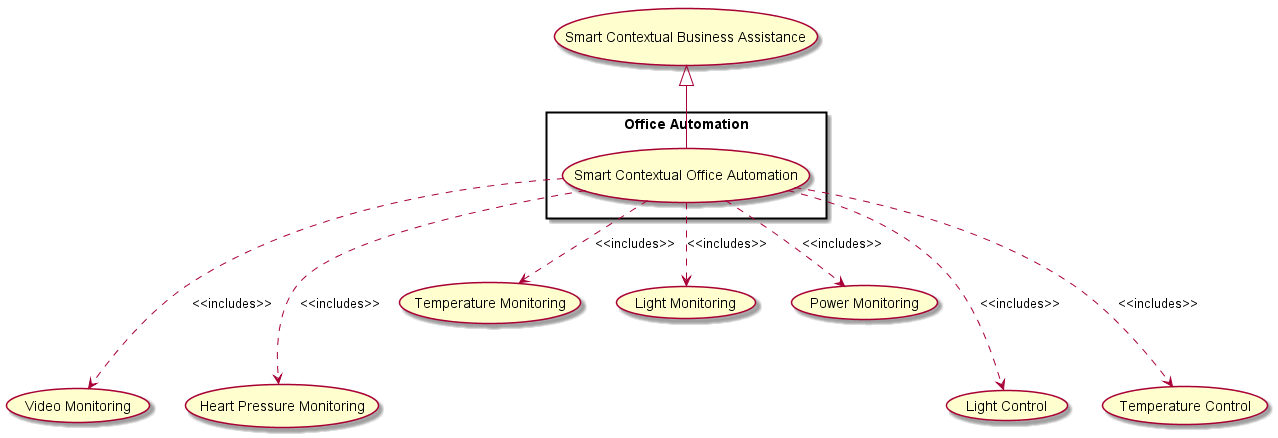
Before: docs/scenarios/smart-contextual-assistance/smart-contextual-office-automation-use-cases.png, a diagram exported from PlantUML (reTHINK-project/scenario-service-implementation). Its diagram source:
```plantuml
@startuml

usecase (Video Monitoring) as videoMonitorUC
usecase (Heart Pressure Monitoring) as heartMonitorUC
usecase (Temperature Monitoring) as temperatureUC
usecase (Light Monitoring) as lightUC
usecase (Power Monitoring) as powerUC


usecase (Light Control) as lightCtrlUC
usecase (Temperature Control) as temperatureCtrlUC


usecase (Smart Contextual Business Assistance) as bizzAssistUC

rectangle "Office Automation" {
  usecase (Smart Contextual Office Automation) as officeAutoUC


}

bizzAssistUC <|-right-- officeAutoUC

lightCtrlUC <.up.. officeAutoUC : <<includes>>
temperatureCtrlUC <.up.. officeAutoUC : <<includes>>
videoMonitorUC <.up.. officeAutoUC : <<includes>>
heartMonitorUC <.up.. officeAutoUC : <<includes>>
temperatureUC <.up. officeAutoUC : <<includes>>
lightUC <.up. officeAutoUC : <<includes>>
powerUC <.up. officeAutoUC : <<includes>>


@enduml
```
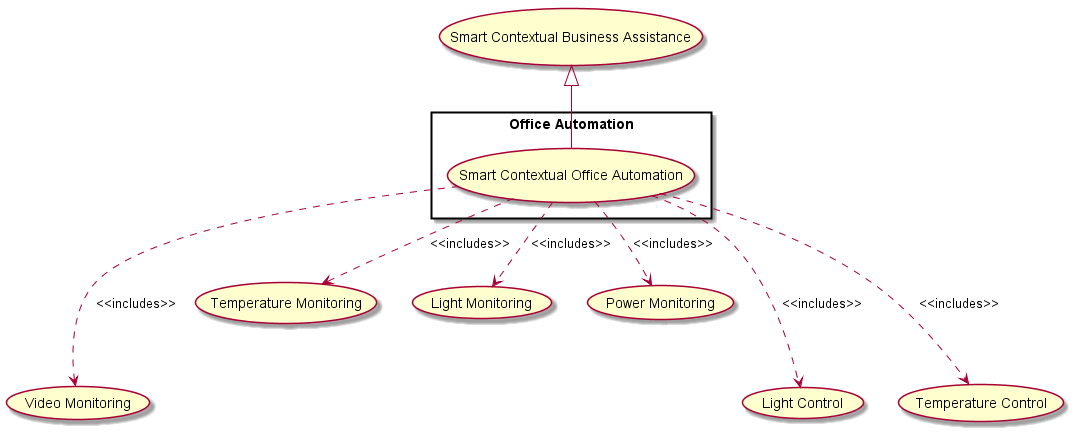
Later version of the same file.

Diff of the diagram source:
```diff
@@ -1,7 +1,6 @@
 @startuml
 
 usecase (Video Monitoring) as videoMonitorUC
-usecase (Heart Pressure Monitoring) as heartMonitorUC
 usecase (Temperature Monitoring) as temperatureUC
 usecase (Light Monitoring) as lightUC
 usecase (Power Monitoring) as powerUC
@@ -24,7 +23,6 @@
 lightCtrlUC <.up.. officeAutoUC : <<includes>>
 temperatureCtrlUC <.up.. officeAutoUC : <<includes>>
 videoMonitorUC <.up.. officeAutoUC : <<includes>>
-heartMonitorUC <.up.. officeAutoUC : <<includes>>
 temperatureUC <.up. officeAutoUC : <<includes>>
 lightUC <.up. officeAutoUC : <<includes>>
 powerUC <.up. officeAutoUC : <<includes>>
```
